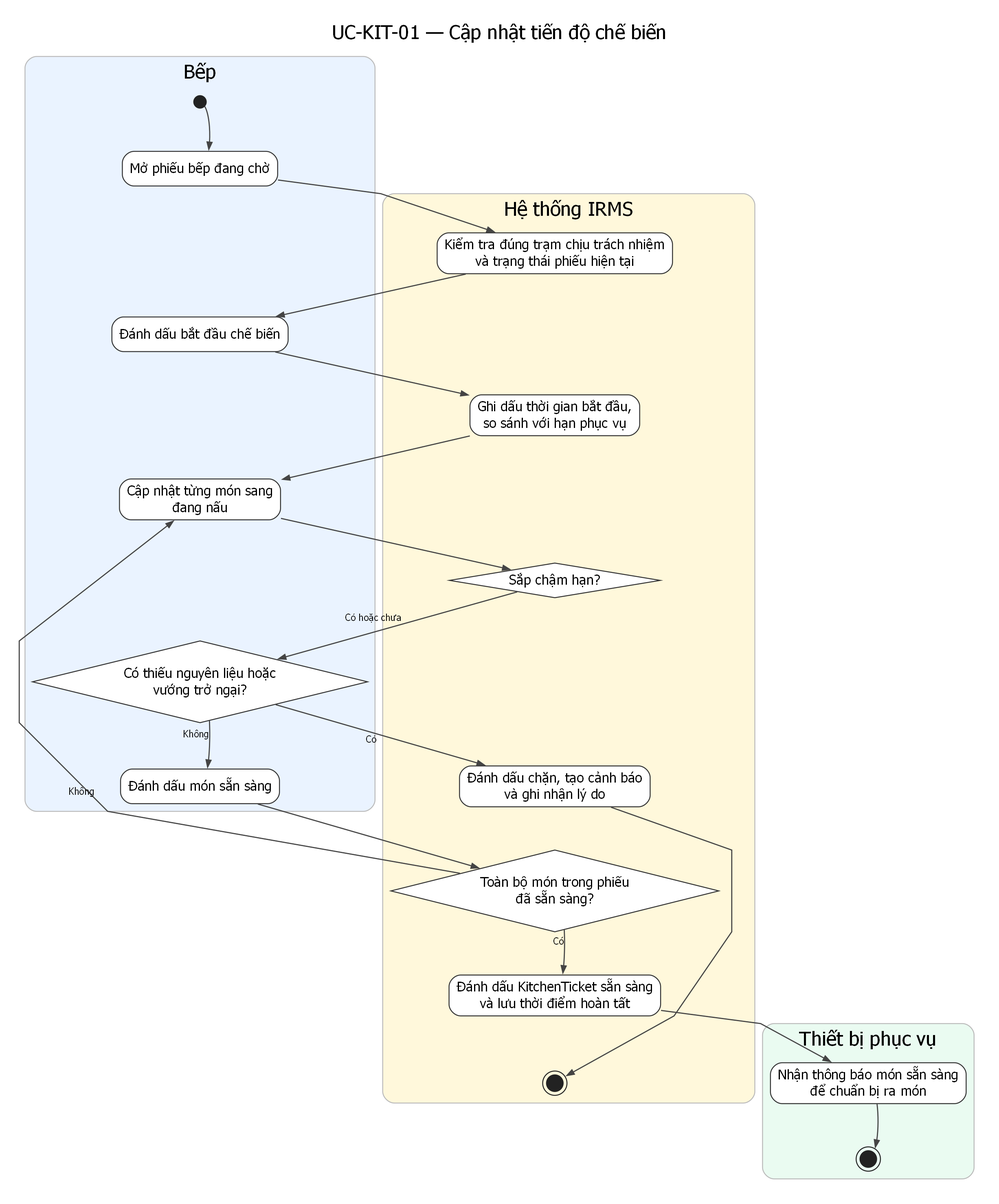
The Graphviz diagram assets/diagrams/rendered/activity/uc-kit-01-update-cooking-progress.png in lehoangluan1/SA_IRMS, before a commit. Its source is kept beside it as assets/diagrams/source/activity/uc-kit-01-update-cooking-progress.dot. Source of this version:
```dot
digraph G {
  graph [rankdir=TB, newrank=true, splines=polyline, nodesep=0.38, ranksep=0.62, pad=0.25, dpi=170, bgcolor="white", fontname="DejaVu Sans"];
  node [fontname="DejaVu Sans"];
  edge [fontname="DejaVu Sans", fontsize=10, color="#444444", penwidth=1.15, arrowsize=0.75];
  labelloc="t"; labeljust="c"; fontsize=20; fontname="DejaVu Sans"; label="UC-KIT-01 — Cập nhật tiến độ chế biến";

  subgraph cluster_l1 {
    style="rounded,filled";
    fillcolor="#EAF3FF"; color="#BBBBBB";
    label="Bếp";
    n0 [shape=circle, label="", width=0.18, height=0.18, fixedsize=true, style=filled, fillcolor="#222222", color="#222222"];
    n1 [label="Mở phiếu bếp đang chờ", shape=rect, style="rounded,filled", fillcolor="white", color="#333333"];
    n3 [label="Đánh dấu bắt đầu chế biến", shape=rect, style="rounded,filled", fillcolor="white", color="#333333"];
    n5 [label="Cập nhật từng món sang\nđang nấu", shape=rect, style="rounded,filled", fillcolor="white", color="#333333"];
    n7 [label="Có thiếu nguyên liệu hoặc\nvướng trở ngại?", shape=diamond, style="filled", fillcolor="white", color="#333333"];
    n9 [label="Đánh dấu món sẵn sàng", shape=rect, style="rounded,filled", fillcolor="white", color="#333333"];
    n0 -> n1 -> n3 -> n5 -> n7 -> n9 [style=invis, weight=20];
  }

  subgraph cluster_l2 {
    style="rounded,filled";
    fillcolor="#FFF8DB"; color="#BBBBBB";
    label="Hệ thống IRMS";
    n2 [label="Kiểm tra đúng trạm chịu trách nhiệm\nvà trạng thái phiếu hiện tại", shape=rect, style="rounded,filled", fillcolor="white", color="#333333"];
    n4 [label="Ghi dấu thời gian bắt đầu,\nso sánh với hạn phục vụ", shape=rect, style="rounded,filled", fillcolor="white", color="#333333"];
    n6 [label="Sắp chậm hạn?", shape=diamond, style="filled", fillcolor="white", color="#333333"];
    n8 [label="Đánh dấu chặn, tạo cảnh báo\nvà ghi nhận lý do", shape=rect, style="rounded,filled", fillcolor="white", color="#333333"];
    n10 [label="Toàn bộ món trong phiếu\nđã sẵn sàng?", shape=diamond, style="filled", fillcolor="white", color="#333333"];
    n11 [label="Đánh dấu KitchenTicket sẵn sàng\nvà lưu thời điểm hoàn tất", shape=rect, style="rounded,filled", fillcolor="white", color="#333333"];
    n12 [shape=doublecircle, label="", width=0.24, height=0.24, fixedsize=true, style=filled, fillcolor="#222222", color="#222222"];
    n2 -> n4 -> n6 -> n8 -> n10 -> n11 -> n12 [style=invis, weight=20];
  }

  subgraph cluster_l3 {
    style="rounded,filled";
    fillcolor="#EAFBF1"; color="#BBBBBB";
    label="Thiết bị phục vụ";
    n13 [label="Nhận thông báo món sẵn sàng\nđể chuẩn bị ra món", shape=rect, style="rounded,filled", fillcolor="white", color="#333333"];
    n14 [shape=doublecircle, label="", width=0.24, height=0.24, fixedsize=true, style=filled, fillcolor="#222222", color="#222222"];
    n13 -> n14 [style=invis, weight=20];
  }

  n0 -> n1;
  n1 -> n2;
  n2 -> n3;
  n3 -> n4;
  n4 -> n5;
  n5 -> n6;
  n6 -> n7 [xlabel="Có hoặc chưa"];
  n7 -> n8 [xlabel="Có"];
  n7 -> n9 [xlabel="Không"];
  n8 -> n12;
  n9 -> n10;
  n10 -> n5 [xlabel="Không"];
  n10 -> n11 [xlabel="Có"];
  n11 -> n13;
  n13 -> n14;
}
```
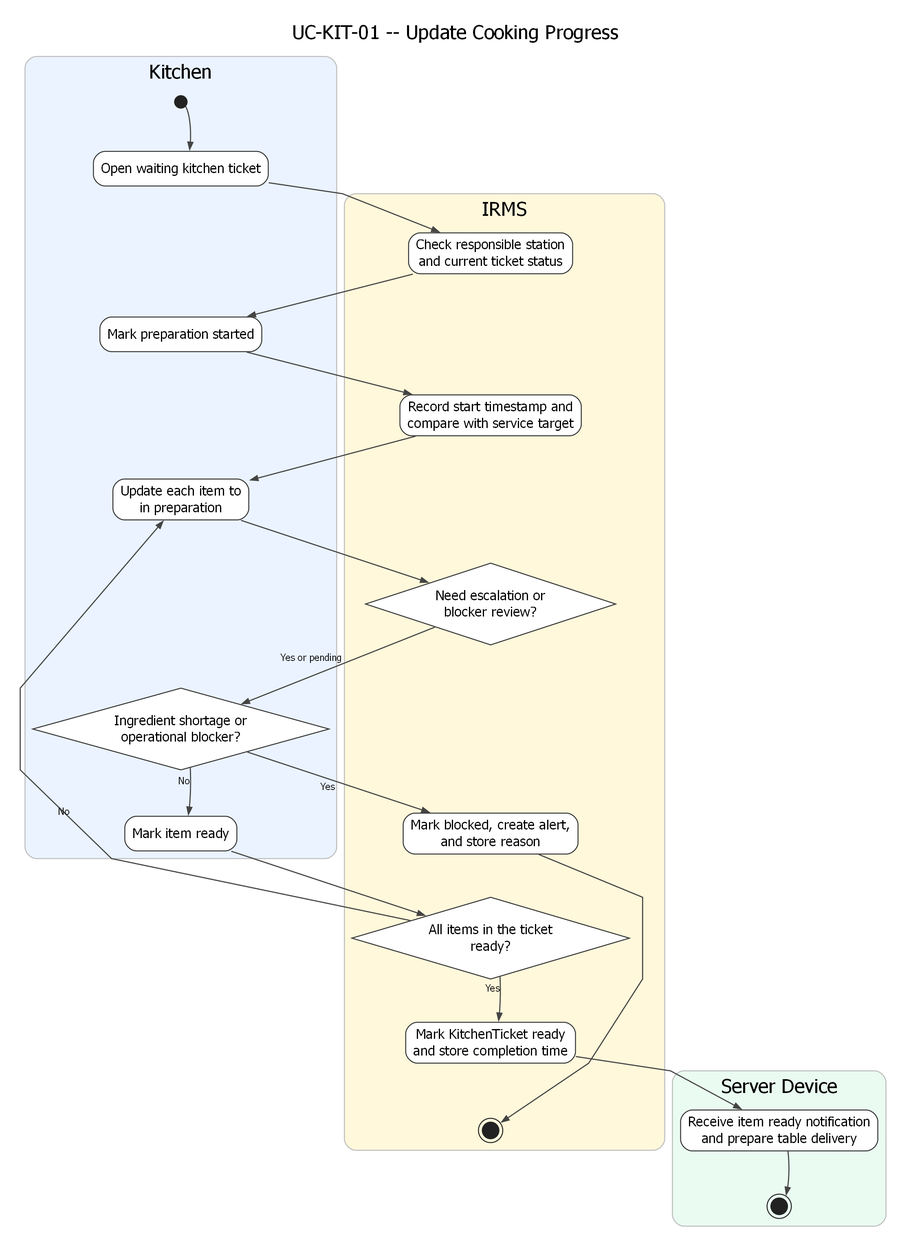
After the commit.

The edit, as a diff of the source:
```diff
@@ -2,31 +2,31 @@
   graph [rankdir=TB, newrank=true, splines=polyline, nodesep=0.38, ranksep=0.62, pad=0.25, dpi=170, bgcolor="white", fontname="DejaVu Sans"];
   node [fontname="DejaVu Sans"];
   edge [fontname="DejaVu Sans", fontsize=10, color="#444444", penwidth=1.15, arrowsize=0.75];
-  labelloc="t"; labeljust="c"; fontsize=20; fontname="DejaVu Sans"; label="UC-KIT-01 — Cập nhật tiến độ chế biến";
+  labelloc="t"; labeljust="c"; fontsize=20; fontname="DejaVu Sans"; label="UC-KIT-01 -- Update Cooking Progress";
 
   subgraph cluster_l1 {
     style="rounded,filled";
     fillcolor="#EAF3FF"; color="#BBBBBB";
-    label="Bếp";
+    label="Kitchen";
     n0 [shape=circle, label="", width=0.18, height=0.18, fixedsize=true, style=filled, fillcolor="#222222", color="#222222"];
-    n1 [label="Mở phiếu bếp đang chờ", shape=rect, style="rounded,filled", fillcolor="white", color="#333333"];
-    n3 [label="Đánh dấu bắt đầu chế biến", shape=rect, style="rounded,filled", fillcolor="white", color="#333333"];
-    n5 [label="Cập nhật từng món sang\nđang nấu", shape=rect, style="rounded,filled", fillcolor="white", color="#333333"];
-    n7 [label="Có thiếu nguyên liệu hoặc\nvướng trở ngại?", shape=diamond, style="filled", fillcolor="white", color="#333333"];
-    n9 [label="Đánh dấu món sẵn sàng", shape=rect, style="rounded,filled", fillcolor="white", color="#333333"];
+    n1 [label="Open waiting kitchen ticket", shape=rect, style="rounded,filled", fillcolor="white", color="#333333"];
+    n3 [label="Mark preparation started", shape=rect, style="rounded,filled", fillcolor="white", color="#333333"];
+    n5 [label="Update each item to\nin preparation", shape=rect, style="rounded,filled", fillcolor="white", color="#333333"];
+    n7 [label="Ingredient shortage or\noperational blocker?", shape=diamond, style="filled", fillcolor="white", color="#333333"];
+    n9 [label="Mark item ready", shape=rect, style="rounded,filled", fillcolor="white", color="#333333"];
     n0 -> n1 -> n3 -> n5 -> n7 -> n9 [style=invis, weight=20];
   }
 
   subgraph cluster_l2 {
     style="rounded,filled";
     fillcolor="#FFF8DB"; color="#BBBBBB";
-    label="Hệ thống IRMS";
-    n2 [label="Kiểm tra đúng trạm chịu trách nhiệm\nvà trạng thái phiếu hiện tại", shape=rect, style="rounded,filled", fillcolor="white", color="#333333"];
-    n4 [label="Ghi dấu thời gian bắt đầu,\nso sánh với hạn phục vụ", shape=rect, style="rounded,filled", fillcolor="white", color="#333333"];
-    n6 [label="Sắp chậm hạn?", shape=diamond, style="filled", fillcolor="white", color="#333333"];
-    n8 [label="Đánh dấu chặn, tạo cảnh báo\nvà ghi nhận lý do", shape=rect, style="rounded,filled", fillcolor="white", color="#333333"];
-    n10 [label="Toàn bộ món trong phiếu\nđã sẵn sàng?", shape=diamond, style="filled", fillcolor="white", color="#333333"];
-    n11 [label="Đánh dấu KitchenTicket sẵn sàng\nvà lưu thời điểm hoàn tất", shape=rect, style="rounded,filled", fillcolor="white", color="#333333"];
+    label="IRMS";
+    n2 [label="Check responsible station\nand current ticket status", shape=rect, style="rounded,filled", fillcolor="white", color="#333333"];
+    n4 [label="Record start timestamp and\ncompare with service target", shape=rect, style="rounded,filled", fillcolor="white", color="#333333"];
+    n6 [label="Need escalation or\nblocker review?", shape=diamond, style="filled", fillcolor="white", color="#333333"];
+    n8 [label="Mark blocked, create alert,\nand store reason", shape=rect, style="rounded,filled", fillcolor="white", color="#333333"];
+    n10 [label="All items in the ticket\nready?", shape=diamond, style="filled", fillcolor="white", color="#333333"];
+    n11 [label="Mark KitchenTicket ready\nand store completion time", shape=rect, style="rounded,filled", fillcolor="white", color="#333333"];
     n12 [shape=doublecircle, label="", width=0.24, height=0.24, fixedsize=true, style=filled, fillcolor="#222222", color="#222222"];
     n2 -> n4 -> n6 -> n8 -> n10 -> n11 -> n12 [style=invis, weight=20];
   }
@@ -34,8 +34,8 @@
   subgraph cluster_l3 {
     style="rounded,filled";
     fillcolor="#EAFBF1"; color="#BBBBBB";
-    label="Thiết bị phục vụ";
-    n13 [label="Nhận thông báo món sẵn sàng\nđể chuẩn bị ra món", shape=rect, style="rounded,filled", fillcolor="white", color="#333333"];
+    label="Server Device";
+    n13 [label="Receive item ready notification\nand prepare table delivery", shape=rect, style="rounded,filled", fillcolor="white", color="#333333"];
     n14 [shape=doublecircle, label="", width=0.24, height=0.24, fixedsize=true, style=filled, fillcolor="#222222", color="#222222"];
     n13 -> n14 [style=invis, weight=20];
   }
@@ -46,13 +46,13 @@
   n3 -> n4;
   n4 -> n5;
   n5 -> n6;
-  n6 -> n7 [xlabel="Có hoặc chưa"];
-  n7 -> n8 [xlabel="Có"];
-  n7 -> n9 [xlabel="Không"];
+  n6 -> n7 [xlabel="Yes or pending"];
+  n7 -> n8 [xlabel="Yes"];
+  n7 -> n9 [xlabel="No"];
   n8 -> n12;
   n9 -> n10;
-  n10 -> n5 [xlabel="Không"];
-  n10 -> n11 [xlabel="Có"];
+  n10 -> n5 [xlabel="No"];
+  n10 -> n11 [xlabel="Yes"];
   n11 -> n13;
   n13 -> n14;
 }
```
